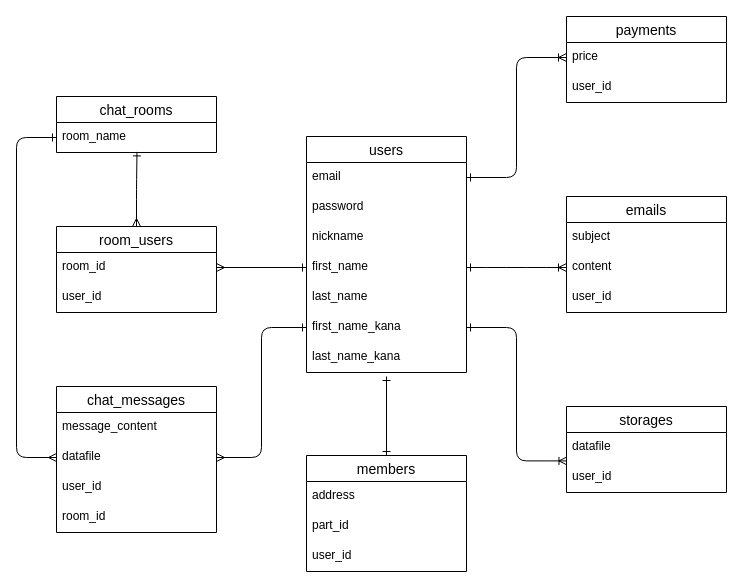
soya0128/Comcon keeps this draw.io diagram as ER.dio. Above is the earlier version. Source tidied: cells renumbered, new cells numbered last; positions are measured from the earlier drawing's top-left corner, leaving out a move shared by most shapes. Both pictures are drawn from the tidied source at 100%, with x=0, y=0 at pixel (16, 16).
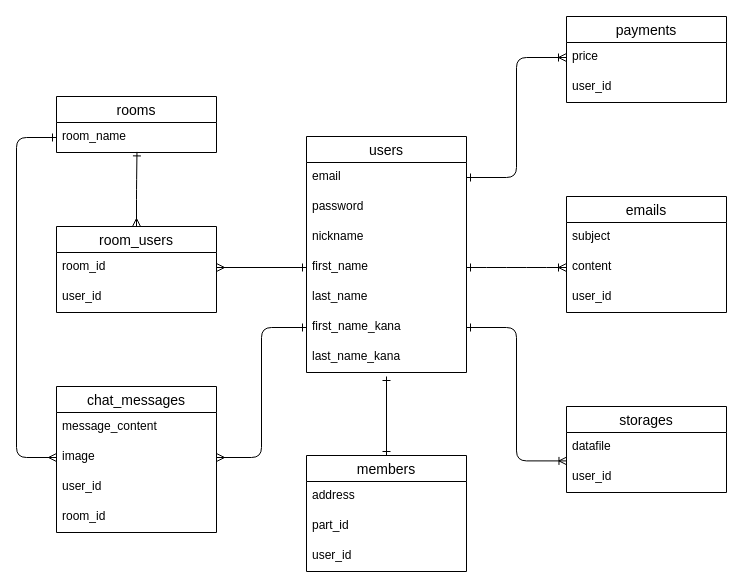
After the change.

The change refers to these unchanged cells:
```xml
<mxCell id="32" value="chat_messages" style="swimlane;fontStyle=0;horizontal=1;startSize=26;align=center;fontSize=14;" parent="1" vertex="1">
  <mxGeometry x="40" y="370" width="160" height="146" as="geometry" />
</mxCell>
```

Diff of the diagram source:
```diff
@@
-    <mxCell id="26" value="chat_rooms" style="swimlane;fontStyle=0;horizontal=1;startSize=26;align=center;fontSize=14;" parent="1" vertex="1">
+    <mxCell id="26" value="rooms" style="swimlane;fontStyle=0;horizontal=1;startSize=26;align=center;fontSize=14;" parent="1" vertex="1">
       <mxGeometry x="40" y="80" width="160" height="56" as="geometry" />
     </mxCell>
@@
-    <mxCell id="34" value="datafile" style="text;strokeColor=none;fillColor=none;spacingLeft=4;spacingRight=4;overflow=hidden;points=[[0,0.5],[1,0.5]];portConstraint=eastwest;fontSize=12;" parent="32" vertex="1">
+    <mxCell id="34" value="image" style="text;strokeColor=none;fillColor=none;spacingLeft=4;spacingRight=4;overflow=hidden;points=[[0,0.5],[1,0.5]];portConstraint=eastwest;fontSize=12;" parent="32" vertex="1">
       <mxGeometry y="56" width="160" height="30" as="geometry" />
     </mxCell>
```
